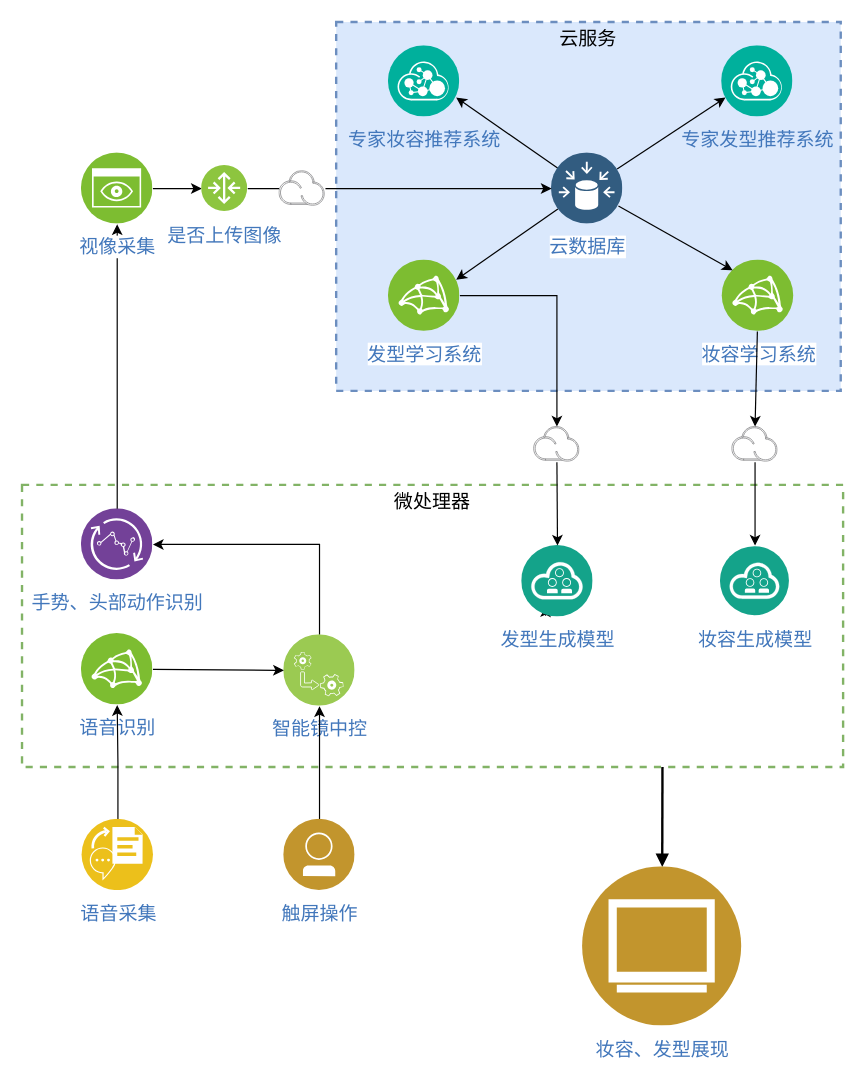
The draw.io diagram page "智能镜子" (2 of 2) of 智能镜子.drawio in fgliu-andy/doc, before the edit. Source tidied: cells renumbered, new cells numbered last; positions are measured from the earlier drawing's top-left corner, leaving out a move shared by most shapes. Both pictures are drawn from the tidied source at 119%, with x=0, y=0 at pixel (21, 21).
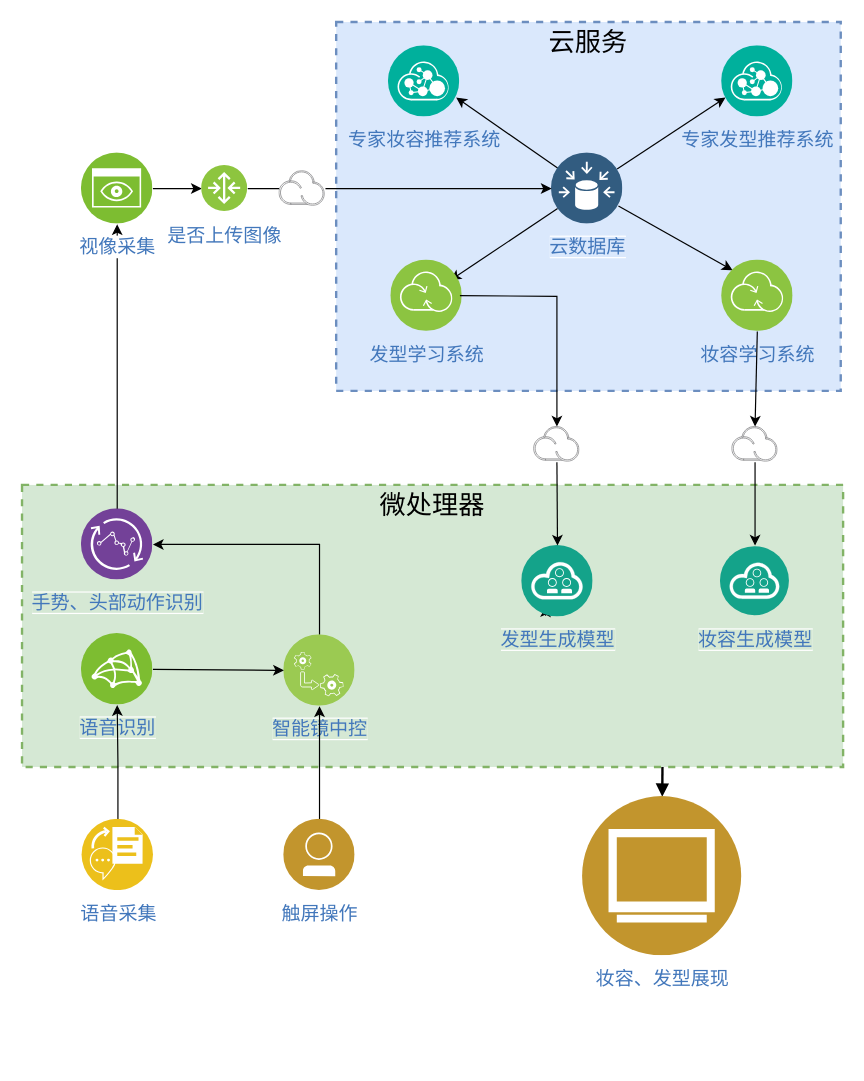
The same diagram, later.

Unchanged cells that the change refers to:
```xml
<mxCell id="32" style="perimeter=ellipsePerimeter;html=1;align=center;shadow=0;dashed=0;fontColor=#4277BB;labelBackgroundColor=#ffffff;fontSize=12;spacingTop=3;image;image=img/lib/ibm/miscellaneous/iot_cloud.svg;fillColor=#66B2FF;imageBackground=none;" parent="1" vertex="1">
  <mxGeometry x="430" y="340" width="39" height="30" as="geometry" />
</mxCell>
<mxCell id="34" style="perimeter=ellipsePerimeter;html=1;align=center;shadow=0;dashed=0;fontColor=#4277BB;labelBackgroundColor=#ffffff;fontSize=12;spacingTop=3;image;image=img/lib/ibm/miscellaneous/iot_cloud.svg;fillColor=#66B2FF;imageBackground=none;" parent="1" vertex="1">
  <mxGeometry x="596.5" y="340" width="39" height="30" as="geometry" />
</mxCell>
```

What changed in the source:
```diff
@@
-    <mxCell id="2" value="&lt;font style=&quot;font-size: 16px&quot;&gt;云服务&lt;/font&gt;" style="fontStyle=0;verticalAlign=top;align=center;spacingTop=-2;fillColor=#dae8fc;rounded=0;whiteSpace=wrap;html=1;strokeColor=#6c8ebf;strokeWidth=2;dashed=1;" parent="1" vertex="1">
+    <mxCell id="2" value="&lt;font style=&quot;font-size: 22px&quot;&gt;云服务&lt;/font&gt;" style="fontStyle=0;verticalAlign=top;align=center;spacingTop=-2;fillColor=#dae8fc;rounded=0;whiteSpace=wrap;html=1;strokeColor=#6c8ebf;strokeWidth=2;dashed=1;" parent="1" vertex="1">
       <mxGeometry x="264" width="424" height="310" as="geometry" />
     </mxCell>
-    <mxCell id="3" value="&lt;font style=&quot;font-size: 16px;&quot;&gt;妆容学习系统&lt;/font&gt;" style="perimeter=ellipsePerimeter;html=1;align=center;shadow=0;dashed=0;fontColor=#4277BB;labelBackgroundColor=#DAE8FC;fontSize=12;spacingTop=3;image;image=img/lib/ibm/infrastructure/microservices_mesh.svg;" parent="2" vertex="1">
-      <mxGeometry x="324" y="200" width="61" height="60" as="geometry" />
-    </mxCell>
@@
-    <mxCell id="7" style="rounded=0;jettySize=auto;html=1;entryX=0;entryY=0;entryDx=0;entryDy=0;fontSize=16;startArrow=none;startFill=0;endArrow=classic;endFill=1;elbow=vertical;" parent="2" edge="1" source="10" target="3">
-      <mxGeometry relative="1" as="geometry" />
+    <mxCell id="7" style="rounded=0;jettySize=auto;html=1;entryX=0;entryY=0;entryDx=0;entryDy=0;fontSize=16;startArrow=none;startFill=0;endArrow=classic;endFill=1;elbow=vertical;" parent="2" edge="1" source="10">
+      <mxGeometry relative="1" as="geometry">
+        <mxPoint x="333.1" y="208.6" as="targetPoint" />
+      </mxGeometry>
     </mxCell>
@@
-    <mxCell id="9" style="rounded=0;jettySize=auto;html=1;entryX=1;entryY=0.25;entryDx=0;entryDy=0;fontSize=16;startArrow=none;startFill=0;endArrow=classic;endFill=1;elbow=vertical;" parent="2" edge="1" source="10" target="11">
-      <mxGeometry relative="1" as="geometry" />
+    <mxCell id="9" style="rounded=0;jettySize=auto;html=1;fontSize=16;startArrow=none;startFill=0;endArrow=classic;endFill=1;elbow=vertical;" parent="2" edge="1" source="10">
+      <mxGeometry relative="1" as="geometry">
+        <mxPoint x="96" y="217" as="targetPoint" />
+      </mxGeometry>
     </mxCell>
-    <mxCell id="10" value="&lt;font style=&quot;font-size: 16px;&quot;&gt;云数据库&lt;/font&gt;" style="perimeter=ellipsePerimeter;html=1;align=center;shadow=0;fontColor=#4277BB;labelBackgroundColor=none;fontSize=12;spacingTop=3;image;image=img/lib/ibm/data/data_sources.svg;imageBackground=none;imageBorder=none;labelBorderColor=none;" parent="2" vertex="1">
+    <mxCell id="10" value="&lt;span style=&quot;font-size: 16px ; background-color: rgb(218 , 232 , 252)&quot;&gt;云数据库&lt;/span&gt;" style="perimeter=ellipsePerimeter;html=1;align=center;shadow=0;fontColor=#4277BB;labelBackgroundColor=#DAE8FC;fontSize=12;spacingTop=3;image;image=img/lib/ibm/data/data_sources.svg;imageBackground=none;imageBorder=none;labelBorderColor=none;" parent="2" vertex="1">
       <mxGeometry x="181" y="110" width="60" height="60" as="geometry" />
     </mxCell>
-    <mxCell id="11" value="发型学习系统" style="perimeter=ellipsePerimeter;html=1;align=center;shadow=0;dashed=0;fontColor=#4277BB;labelBackgroundColor=#DAE8FC;fontSize=16;spacingTop=3;image;image=img/lib/ibm/infrastructure/microservices_mesh.svg;" parent="2" vertex="1">
-      <mxGeometry x="44" y="200" width="60" height="60" as="geometry" />
+    <mxCell id="11" value="发型学习系统" style="perimeter=ellipsePerimeter;html=1;align=center;shadow=0;dashed=0;image;image=img/lib/ibm/infrastructure/transformation_connectivity.svg;strokeColor=#FF0000;fillColor=#FFFF66;gradientColor=none;fontColor=#4277BB;labelBackgroundColor=#DAE8FC;spacingTop=3;fontSize=16;" parent="2" vertex="1">
+      <mxGeometry x="46" y="200" width="60" height="60" as="geometry" />
     </mxCell>
+    <mxCell id="3" value="&lt;span style=&quot;&quot;&gt;妆容学习系统&lt;/span&gt;" style="perimeter=ellipsePerimeter;html=1;align=center;shadow=0;dashed=0;image;image=img/lib/ibm/infrastructure/transformation_connectivity.svg;strokeColor=#FF0000;fillColor=#FFFF66;gradientColor=none;fontColor=#4277BB;labelBackgroundColor=#DAE8FC;spacingTop=3;fontSize=16;" parent="2" vertex="1">
+      <mxGeometry x="324" y="200" width="60" height="60" as="geometry" />
+    </mxCell>
-    <mxCell id="12" value="&lt;font style=&quot;font-size: 16px&quot;&gt;微处理器&lt;/font&gt;" style="fontStyle=0;verticalAlign=top;align=center;spacingTop=-2;fillColor=none;rounded=0;whiteSpace=wrap;html=1;strokeColor=#82b366;strokeWidth=2;dashed=1;" parent="1" vertex="1">
+    <mxCell id="12" value="&lt;font style=&quot;font-size: 22px&quot;&gt;微处理器&lt;/font&gt;" style="fontStyle=0;verticalAlign=top;align=center;spacingTop=-2;fillColor=#d5e8d4;rounded=0;whiteSpace=wrap;html=1;strokeColor=#82b366;strokeWidth=2;dashed=1;" parent="1" vertex="1">
       <mxGeometry y="389" width="690" height="237" as="geometry" />
     </mxCell>
@@
-    <mxCell id="14" value="&lt;font style=&quot;font-size: 16px;&quot;&gt;手势、头部动作识别&lt;/font&gt;" style="perimeter=ellipsePerimeter;html=1;align=center;shadow=0;dashed=0;fontColor=#4277BB;labelBackgroundColor=none;fontSize=12;spacingTop=3;image;image=img/lib/ibm/analytics/streaming_computing.svg;" parent="12" vertex="1">
-      <mxGeometry x="50" y="20" width="60" height="60" as="geometry" />
-    </mxCell>
-    <mxCell id="15" value="&lt;font style=&quot;font-size: 16px;&quot;&gt;智能镜中控&lt;/font&gt;" style="perimeter=ellipsePerimeter;html=1;align=center;shadow=0;dashed=0;fontColor=#4277BB;labelBackgroundColor=none;fontSize=16;spacingTop=3;image;image=img/lib/ibm/blockchain/services.svg;" parent="12" vertex="1">
+    <mxCell id="15" value="&lt;font style=&quot;font-size: 16px ; background-color: rgb(213 , 232 , 212)&quot;&gt;智能镜中控&lt;/font&gt;" style="perimeter=ellipsePerimeter;html=1;align=center;shadow=0;dashed=0;fontColor=#4277BB;labelBackgroundColor=none;fontSize=16;spacingTop=3;image;image=img/lib/ibm/blockchain/services.svg;" parent="12" vertex="1">
       <mxGeometry x="220" y="126" width="60" height="60" as="geometry" />
     </mxCell>
@@
-    <mxCell id="17" value="发型生成模型" style="perimeter=ellipsePerimeter;html=1;align=center;shadow=0;dashed=0;fontColor=#4277BB;labelBackgroundColor=#ffffff;fontSize=16;spacingTop=3;image;image=img/lib/ibm/management/cloud_management.svg;strokeColor=default;fillColor=none;" parent="12" vertex="1">
+    <mxCell id="17" value="&lt;span style=&quot;background-color: rgb(213 , 232 , 212)&quot;&gt;发型生成模型&lt;/span&gt;" style="perimeter=ellipsePerimeter;html=1;align=center;shadow=0;dashed=0;fontColor=#4277BB;labelBackgroundColor=none;fontSize=16;spacingTop=3;image;image=img/lib/ibm/management/cloud_management.svg;strokeColor=default;fillColor=none;strokeWidth=1;imageBorder=none;" parent="12" vertex="1">
       <mxGeometry x="420" y="51" width="60" height="60" as="geometry" />
     </mxCell>
-    <mxCell id="18" value="妆容生成模型" style="perimeter=ellipsePerimeter;html=1;align=center;shadow=0;dashed=0;fontColor=#4277BB;labelBackgroundColor=#ffffff;fontSize=16;spacingTop=3;image;image=img/lib/ibm/management/cloud_management.svg;strokeColor=default;fillColor=none;" parent="12" vertex="1">
+    <mxCell id="18" value="&lt;span style=&quot;background-color: rgb(213 , 232 , 212)&quot;&gt;妆容生成模型&lt;/span&gt;" style="perimeter=ellipsePerimeter;html=1;align=center;shadow=0;dashed=0;fontColor=#4277BB;labelBackgroundColor=#ffffff;fontSize=16;spacingTop=3;image;image=img/lib/ibm/management/cloud_management.svg;strokeColor=default;fillColor=none;" parent="12" vertex="1">
       <mxGeometry x="587" y="51" width="58" height="60" as="geometry" />
     </mxCell>
@@
-    <mxCell id="20" value="&lt;font style=&quot;font-size: 16px&quot;&gt;语音识别&lt;/font&gt;" style="perimeter=ellipsePerimeter;html=1;align=center;shadow=0;dashed=0;fontColor=#4277BB;labelBackgroundColor=#ffffff;fontSize=12;spacingTop=3;image;image=img/lib/ibm/infrastructure/microservices_mesh.svg;" parent="12" vertex="1">
+    <mxCell id="20" value="&lt;font style=&quot;font-size: 16px ; background-color: rgb(213 , 232 , 212)&quot;&gt;语音识别&lt;/font&gt;" style="perimeter=ellipsePerimeter;html=1;align=center;shadow=0;dashed=0;fontColor=#4277BB;labelBackgroundColor=#ffffff;fontSize=12;spacingTop=3;image;image=img/lib/ibm/infrastructure/microservices_mesh.svg;" parent="12" vertex="1">
       <mxGeometry x="50" y="125" width="60" height="60" as="geometry" />
     </mxCell>
@@
+    <mxCell id="14" value="&lt;font style=&quot;font-size: 16px ; background-color: rgb(213 , 232 , 212)&quot;&gt;手势、头部动作识别&lt;/font&gt;" style="perimeter=ellipsePerimeter;html=1;align=center;shadow=0;dashed=0;fontColor=#4277BB;labelBackgroundColor=#D5E8D4;fontSize=12;spacingTop=3;image;image=img/lib/ibm/analytics/streaming_computing.svg;" parent="12" vertex="1">
+      <mxGeometry x="50" y="20" width="60" height="60" as="geometry" />
+    </mxCell>
@@
     <mxCell id="30" value="&lt;font style=&quot;font-size: 16px&quot;&gt;妆容、发型展现&lt;/font&gt;" style="perimeter=ellipsePerimeter;html=1;align=center;shadow=0;dashed=0;fontColor=#4277BB;labelBackgroundColor=#ffffff;fontSize=12;spacingTop=3;image;image=img/lib/ibm/users/browser.svg;" parent="1" vertex="1">
-      <mxGeometry x="470" y="710" width="136" height="133.7" as="geometry" />
+      <mxGeometry x="470" y="651" width="136" height="133.7" as="geometry" />
     </mxCell>
@@
-    <mxCell id="39" style="edgeStyle=orthogonalEdgeStyle;rounded=0;jettySize=auto;html=1;entryX=0.5;entryY=0;entryDx=0;entryDy=0;fontSize=16;startArrow=none;startFill=0;endArrow=classic;endFill=1;elbow=vertical;" parent="1" edge="1" source="11" target="32">
-      <mxGeometry relative="1" as="geometry" />
+    <mxCell id="39" style="edgeStyle=orthogonalEdgeStyle;rounded=0;jettySize=auto;html=1;entryX=0.5;entryY=0;entryDx=0;entryDy=0;fontSize=16;startArrow=none;startFill=0;endArrow=classic;endFill=1;elbow=vertical;" parent="1" edge="1" target="32">
+      <mxGeometry relative="1" as="geometry">
+        <mxPoint x="368" y="230" as="sourcePoint" />
+      </mxGeometry>
     </mxCell>
-    <mxCell id="40" style="edgeStyle=none;rounded=0;jettySize=auto;html=1;entryX=0.5;entryY=0;entryDx=0;entryDy=0;fontSize=16;startArrow=none;startFill=0;endArrow=classic;endFill=1;elbow=vertical;" parent="1" edge="1" source="3" target="34">
-      <mxGeometry relative="1" as="geometry" />
+    <mxCell id="40" style="edgeStyle=none;rounded=0;jettySize=auto;html=1;entryX=0.5;entryY=0;entryDx=0;entryDy=0;fontSize=16;startArrow=none;startFill=0;endArrow=classic;endFill=1;elbow=vertical;" parent="1" edge="1" target="34">
+      <mxGeometry relative="1" as="geometry">
+        <mxPoint x="617.9" y="260" as="sourcePoint" />
+      </mxGeometry>
     </mxCell>
```
